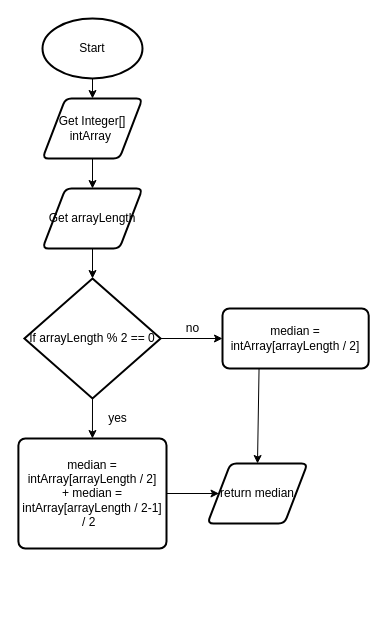
Before: Draw/median.drawio in Peter-Gemmell/ics4u-Unit1-06-typescript, a draw.io diagram. Source tidied: cells renumbered, new cells numbered last; positions are measured from the earlier drawing's top-left corner, leaving out a move shared by most shapes. Both pictures are drawn from the tidied source at 100%, with x=0, y=0 at pixel (18, 18).
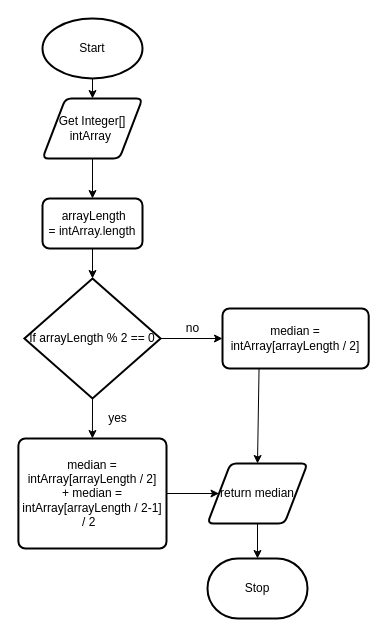
Above is the later version.

The edit, as a diff of the source:
```diff
@@
 <mxGraphModel>
   <root>
     <mxCell id="0" />
     <mxCell id="1" parent="0" />
     <mxCell id="2" style="edgeStyle=none;html=1;exitX=0.5;exitY=1;exitDx=0;exitDy=0;exitPerimeter=0;entryX=0.5;entryY=0;entryDx=0;entryDy=0;" parent="1" edge="1" source="3" target="5">
       <mxGeometry relative="1" as="geometry" />
     </mxCell>
     <mxCell id="3" value="Start" style="strokeWidth=2;html=1;shape=mxgraph.flowchart.start_1;whiteSpace=wrap;" parent="1" vertex="1">
       <mxGeometry x="24" width="100" height="60" as="geometry" />
     </mxCell>
-    <mxCell id="4" style="edgeStyle=none;html=1;exitX=0.5;exitY=1;exitDx=0;exitDy=0;" parent="1" edge="1" source="5" target="7">
+    <mxCell id="4" style="edgeStyle=none;html=1;exitX=0.5;exitY=1;exitDx=0;exitDy=0;entryX=0.5;entryY=0;entryDx=0;entryDy=0;" parent="1" edge="1" source="5" target="21">
       <mxGeometry relative="1" as="geometry" />
     </mxCell>
     <mxCell id="5" value="Get Integer[] intArray&amp;nbsp;" style="shape=parallelogram;html=1;strokeWidth=2;perimeter=parallelogramPerimeter;whiteSpace=wrap;rounded=1;arcSize=12;size=0.23;" parent="1" vertex="1">
       <mxGeometry x="24" y="80" width="100" height="60" as="geometry" />
     </mxCell>
-    <mxCell id="6" style="edgeStyle=none;html=1;exitX=0.5;exitY=1;exitDx=0;exitDy=0;entryX=0.5;entryY=0;entryDx=0;entryDy=0;entryPerimeter=0;" parent="1" edge="1" source="7" target="10">
-      <mxGeometry relative="1" as="geometry" />
-    </mxCell>
-    <mxCell id="7" value="Get arrayLength" style="shape=parallelogram;html=1;strokeWidth=2;perimeter=parallelogramPerimeter;whiteSpace=wrap;rounded=1;arcSize=12;size=0.23;" parent="1" vertex="1">
-      <mxGeometry x="24" y="170" width="100" height="60" as="geometry" />
-    </mxCell>
     <mxCell id="8" style="edgeStyle=none;html=1;exitX=1;exitY=0.5;exitDx=0;exitDy=0;exitPerimeter=0;entryX=0;entryY=0.5;entryDx=0;entryDy=0;" parent="1" edge="1" source="10" target="12">
       <mxGeometry relative="1" as="geometry" />
     </mxCell>
     <mxCell id="9" style="edgeStyle=none;html=1;exitX=0.5;exitY=1;exitDx=0;exitDy=0;exitPerimeter=0;entryX=0.5;entryY=0;entryDx=0;entryDy=0;" parent="1" edge="1" source="10" target="16">
       <mxGeometry relative="1" as="geometry" />
     </mxCell>
     <mxCell id="10" value="If arrayLength % 2 == 0" style="strokeWidth=2;html=1;shape=mxgraph.flowchart.decision;whiteSpace=wrap;" parent="1" vertex="1">
       <mxGeometry x="5.9" y="260" width="136.2" height="120" as="geometry" />
     </mxCell>
     <mxCell id="11" style="edgeStyle=none;html=1;exitX=0.25;exitY=1;exitDx=0;exitDy=0;entryX=0.5;entryY=0;entryDx=0;entryDy=0;" parent="1" edge="1" source="12" target="17">
       <mxGeometry relative="1" as="geometry" />
     </mxCell>
     <mxCell id="12" value="median = intArray[arrayLength / 2]" style="rounded=1;whiteSpace=wrap;html=1;absoluteArcSize=1;arcSize=14;strokeWidth=2;" parent="1" vertex="1">
       <mxGeometry x="204" y="290" width="146.2" height="60" as="geometry" />
     </mxCell>
     <mxCell id="13" value="yes" style="text;html=1;align=center;verticalAlign=middle;strokeColor=none;fillColor=none;" parent="1" vertex="1">
       <mxGeometry x="84" y="390" width="30" height="20" as="geometry" />
     </mxCell>
     <mxCell id="14" value="no" style="text;html=1;align=center;verticalAlign=middle;strokeColor=none;fillColor=none;" parent="1" vertex="1">
       <mxGeometry x="159" y="300" width="30" height="20" as="geometry" />
     </mxCell>
     <mxCell id="15" style="edgeStyle=none;html=1;exitX=1;exitY=0.5;exitDx=0;exitDy=0;entryX=0;entryY=0.5;entryDx=0;entryDy=0;" parent="1" edge="1" source="16" target="17">
       <mxGeometry relative="1" as="geometry" />
     </mxCell>
     <mxCell id="16" value="median = intArray[arrayLength / 2] +&amp;nbsp;median = intArray[arrayLength / 2-1] / 2&amp;nbsp;&amp;nbsp;" style="rounded=1;whiteSpace=wrap;html=1;absoluteArcSize=1;arcSize=14;strokeWidth=2;" parent="1" vertex="1">
       <mxGeometry x="-0.1" y="420" width="148.1" height="110" as="geometry" />
     </mxCell>
+    <mxCell id="18" style="edgeStyle=none;html=1;exitX=0.5;exitY=1;exitDx=0;exitDy=0;entryX=0.5;entryY=0;entryDx=0;entryDy=0;entryPerimeter=0;" parent="1" edge="1" source="17" target="19">
+      <mxGeometry relative="1" as="geometry" />
+    </mxCell>
     <mxCell id="17" value="return median" style="shape=parallelogram;html=1;strokeWidth=2;perimeter=parallelogramPerimeter;whiteSpace=wrap;rounded=1;arcSize=12;size=0.23;" parent="1" vertex="1">
       <mxGeometry x="189" y="445" width="100" height="60" as="geometry" />
     </mxCell>
+    <mxCell id="19" value="Stop" style="strokeWidth=2;html=1;shape=mxgraph.flowchart.terminator;whiteSpace=wrap;" parent="1" vertex="1">
+      <mxGeometry x="189" y="540" width="100" height="60" as="geometry" />
+    </mxCell>
+    <mxCell id="20" style="edgeStyle=none;html=1;exitX=0.5;exitY=1;exitDx=0;exitDy=0;entryX=0.5;entryY=0;entryDx=0;entryDy=0;entryPerimeter=0;" parent="1" edge="1" source="21" target="10">
+      <mxGeometry relative="1" as="geometry" />
+    </mxCell>
+    <mxCell id="21" value="&lt;span&gt;&amp;nbsp;&lt;/span&gt;arrayLength&lt;span&gt;&lt;br&gt;= intArray.length&lt;/span&gt;" style="rounded=1;whiteSpace=wrap;html=1;absoluteArcSize=1;arcSize=14;strokeWidth=2;" parent="1" vertex="1">
+      <mxGeometry x="24" y="180" width="100" height="50" as="geometry" />
+    </mxCell>
   </root>
 </mxGraphModel>
```
